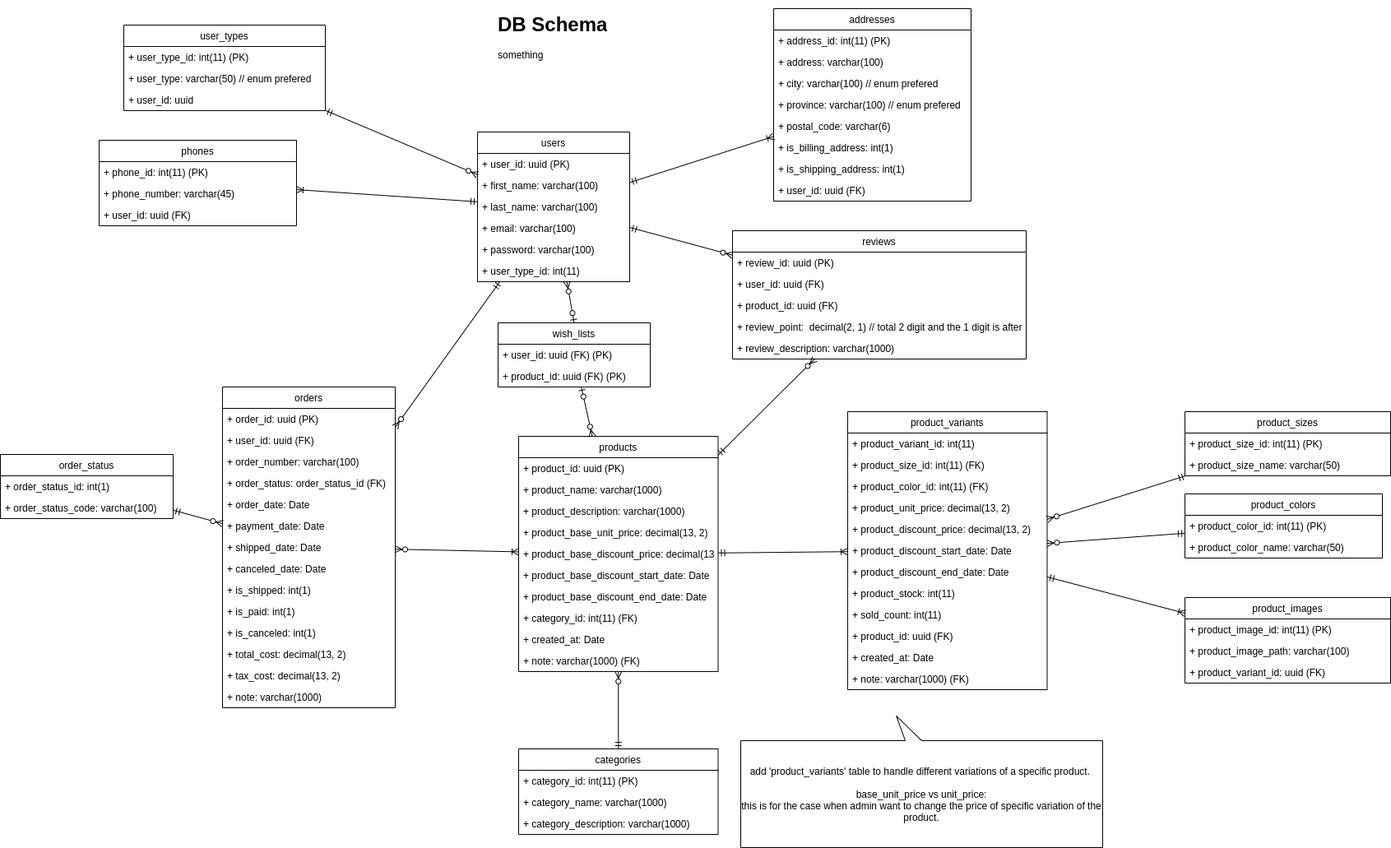
The draw.io diagram db-design.png in stsiwo/e-commerce-starter-kits, before a commit. Source tidied: cells renumbered, new cells last; positions are measured from the earlier drawing's top-left corner, leaving out a move shared by most shapes.
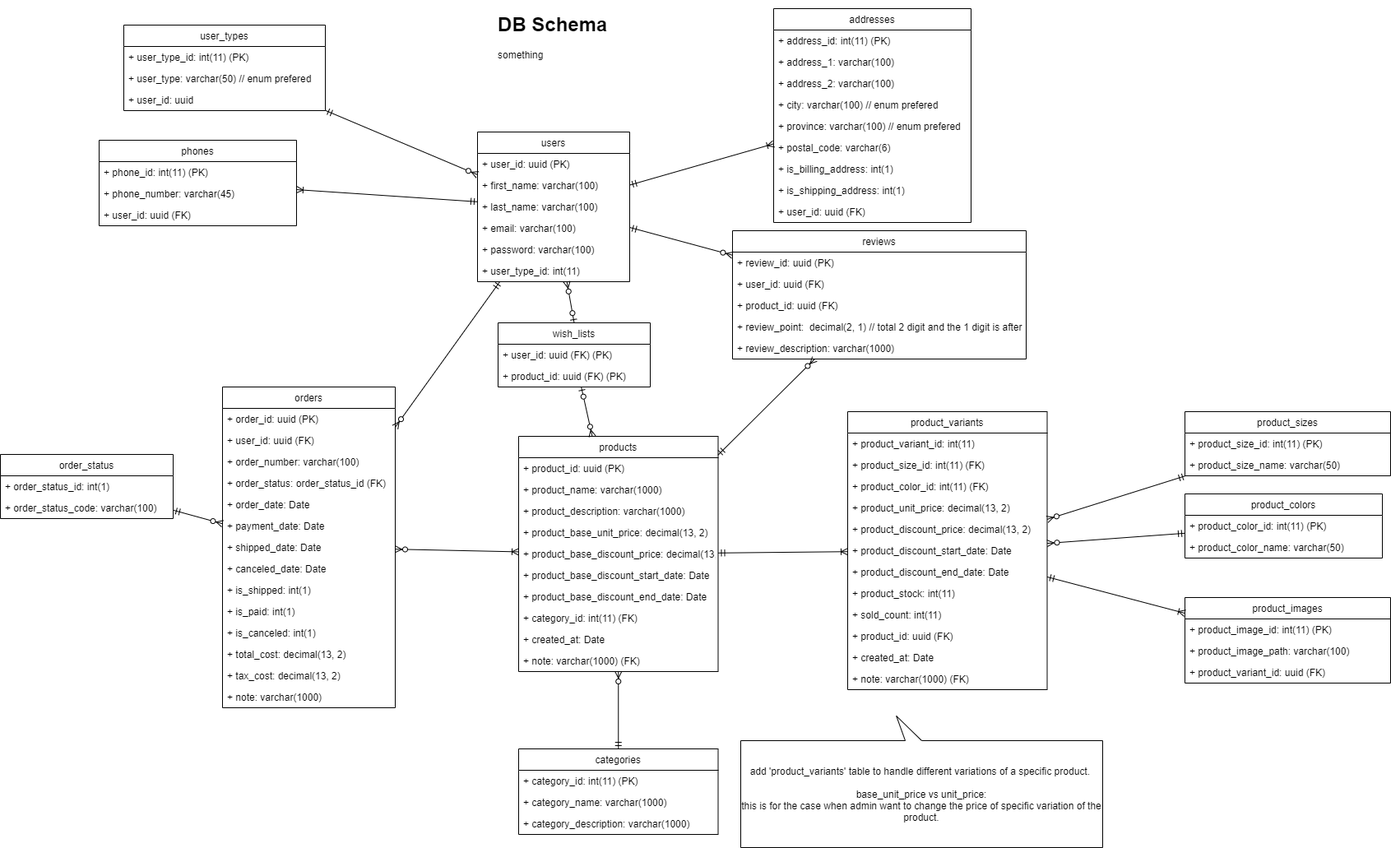
Above is the later version.

What changed in the source:
```diff
@@ -45,31 +45,34 @@
       <mxGeometry y="156" width="185" height="26" as="geometry" />
     </mxCell>
     <mxCell id="16" value="addresses" style="swimlane;fontStyle=0;horizontal=1;startSize=26;fillColor=none;" parent="1" vertex="1">
-      <mxGeometry x="940" width="240" height="234" as="geometry" />
+      <mxGeometry x="940" width="240" height="260" as="geometry" />
     </mxCell>
     <mxCell id="17" value="+ address_id: int(11) (PK)" style="text;strokeColor=none;fillColor=none;align=left;verticalAlign=top;spacingLeft=4;spacingRight=4;overflow=hidden;" parent="16" vertex="1">
       <mxGeometry y="26" width="240" height="26" as="geometry" />
     </mxCell>
-    <mxCell id="18" value="+ address: varchar(100)" style="text;strokeColor=none;fillColor=none;align=left;verticalAlign=top;spacingLeft=4;spacingRight=4;overflow=hidden;" parent="16" vertex="1">
+    <mxCell id="18" value="+ address_1: varchar(100)" style="text;strokeColor=none;fillColor=none;align=left;verticalAlign=top;spacingLeft=4;spacingRight=4;overflow=hidden;" parent="16" vertex="1">
       <mxGeometry y="52" width="240" height="26" as="geometry" />
     </mxCell>
+    <mxCell id="108" value="+ address_2: varchar(100)" style="text;strokeColor=none;fillColor=none;align=left;verticalAlign=top;spacingLeft=4;spacingRight=4;overflow=hidden;" parent="16" vertex="1">
+      <mxGeometry y="78" width="240" height="26" as="geometry" />
+    </mxCell>
     <mxCell id="19" value="+ city: varchar(100) // enum prefered" style="text;strokeColor=none;fillColor=none;align=left;verticalAlign=top;spacingLeft=4;spacingRight=4;overflow=hidden;" parent="16" vertex="1">
-      <mxGeometry y="78" width="240" height="26" as="geometry" />
+      <mxGeometry y="104" width="240" height="26" as="geometry" />
     </mxCell>
     <mxCell id="20" value="+ province: varchar(100) // enum prefered" style="text;strokeColor=none;fillColor=none;align=left;verticalAlign=top;spacingLeft=4;spacingRight=4;overflow=hidden;" parent="16" vertex="1">
-      <mxGeometry y="104" width="240" height="26" as="geometry" />
+      <mxGeometry y="130" width="240" height="26" as="geometry" />
     </mxCell>
     <mxCell id="21" value="+ postal_code: varchar(6) " style="text;strokeColor=none;fillColor=none;align=left;verticalAlign=top;spacingLeft=4;spacingRight=4;overflow=hidden;" parent="16" vertex="1">
-      <mxGeometry y="130" width="240" height="26" as="geometry" />
+      <mxGeometry y="156" width="240" height="26" as="geometry" />
     </mxCell>
     <mxCell id="22" value="+ is_billing_address: int(1)" style="text;strokeColor=none;fillColor=none;align=left;verticalAlign=top;spacingLeft=4;spacingRight=4;overflow=hidden;" parent="16" vertex="1">
-      <mxGeometry y="156" width="240" height="26" as="geometry" />
+      <mxGeometry y="182" width="240" height="26" as="geometry" />
     </mxCell>
     <mxCell id="23" value="+ is_shipping_address: int(1)" style="text;strokeColor=none;fillColor=none;align=left;verticalAlign=top;spacingLeft=4;spacingRight=4;overflow=hidden;" parent="16" vertex="1">
-      <mxGeometry y="182" width="240" height="26" as="geometry" />
+      <mxGeometry y="208" width="240" height="26" as="geometry" />
     </mxCell>
     <mxCell id="24" value="+ user_id: uuid (FK)" style="text;strokeColor=none;fillColor=none;align=left;verticalAlign=top;spacingLeft=4;spacingRight=4;overflow=hidden;" parent="16" vertex="1">
-      <mxGeometry y="208" width="240" height="26" as="geometry" />
+      <mxGeometry y="234" width="240" height="26" as="geometry" />
     </mxCell>
     <mxCell id="25" value="phones" style="swimlane;fontStyle=0;horizontal=1;startSize=26;fillColor=none;" parent="1" vertex="1">
       <mxGeometry x="120" y="160" width="240" height="104" as="geometry" />
```
